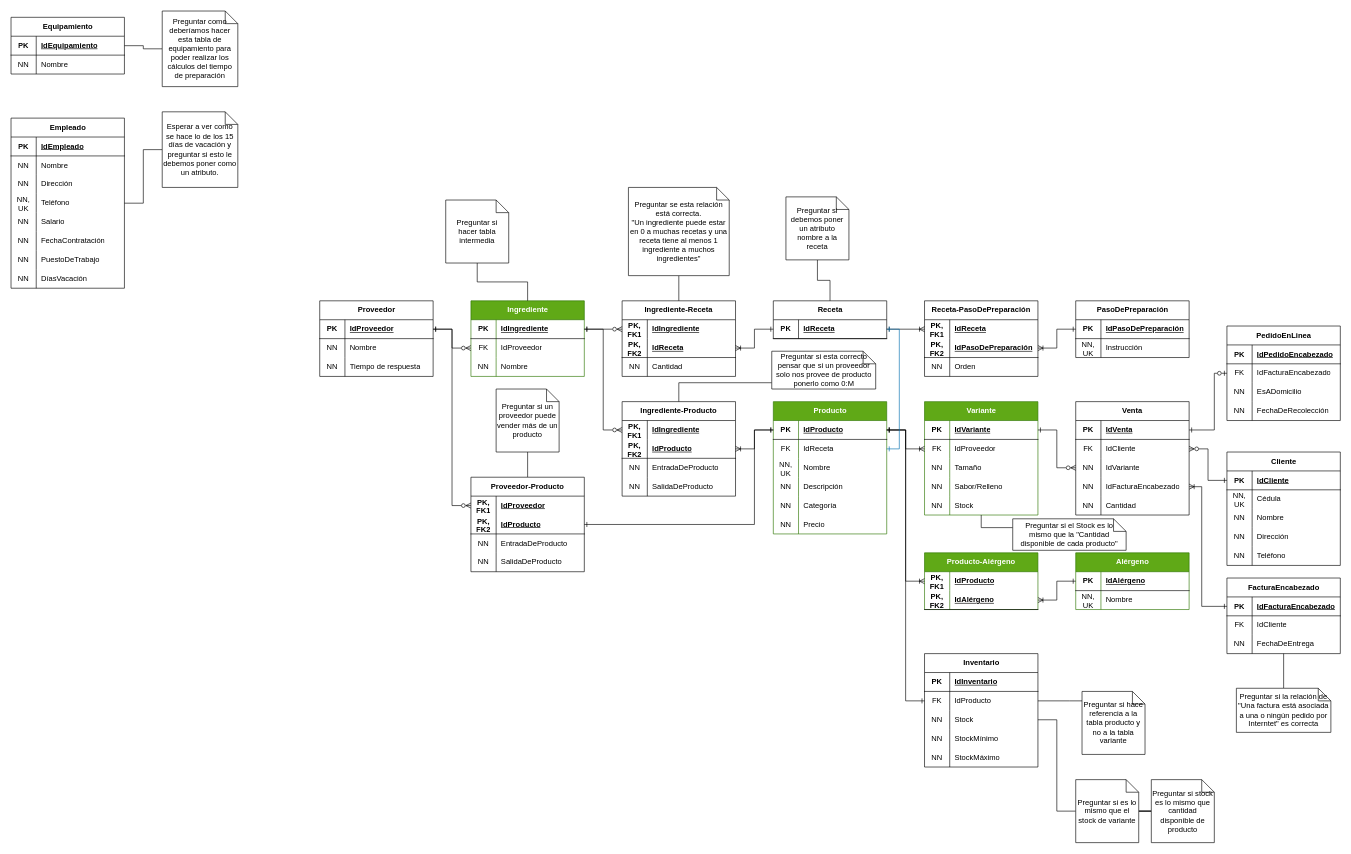
Before: Diagramas Delicias Artesanales.drawio in gfranciscoerazom/ProyectoIntegradorDeliciasArtesanales, a draw.io diagram. Source tidied: cells renumbered, new cells numbered last; positions are measured from the earlier drawing's top-left corner, leaving out a move shared by most shapes. Both pictures are drawn from the tidied source at 63%, with x=0, y=0 at pixel (11, 11).
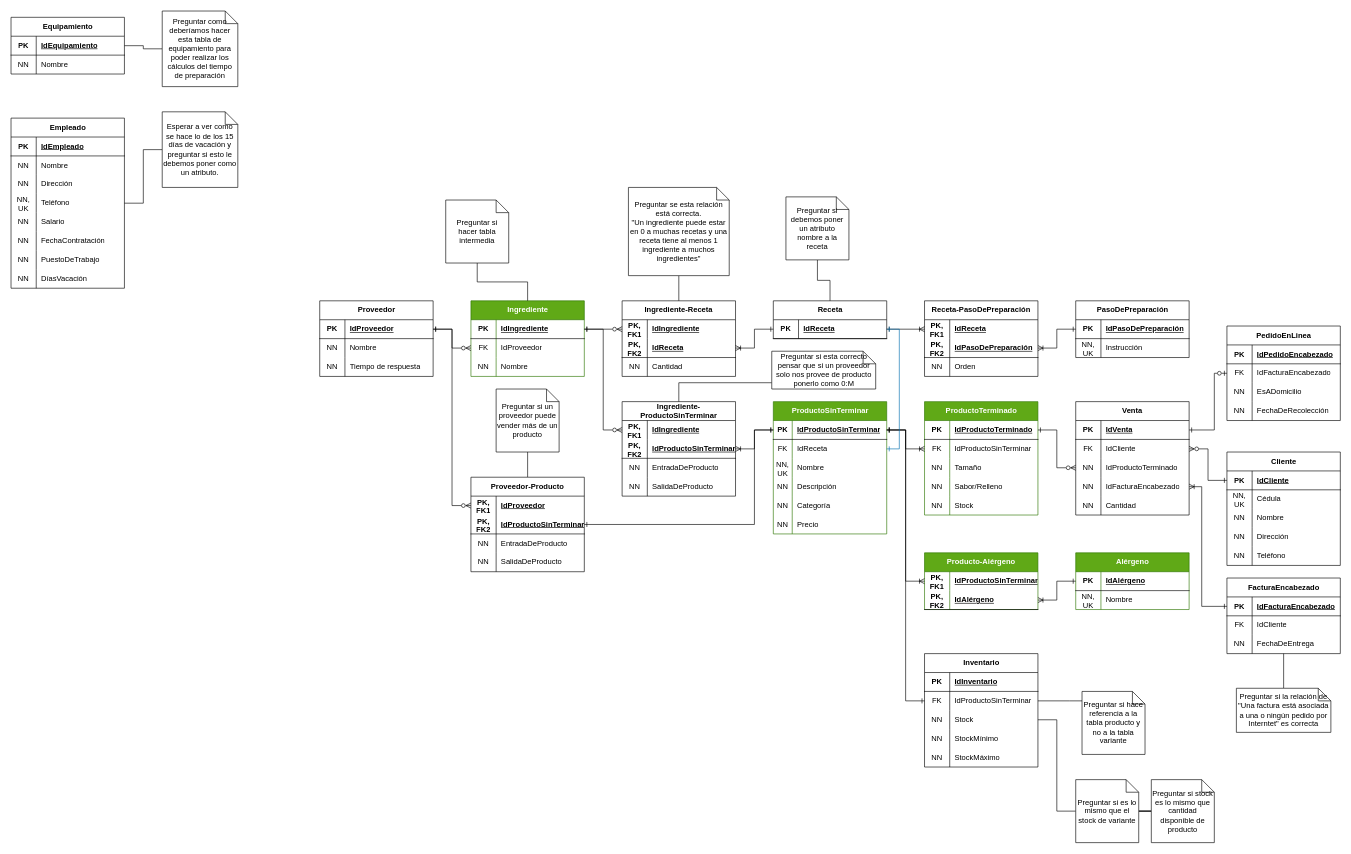
The same page after the edit.

Commit message:
Change Producto to ProductoSinTerminar and Variante to ProductoTerminado

The change refers to these unchanged cells:
```xml
<mxCell id="101" style="shape=tableRow;horizontal=0;startSize=0;swimlaneHead=0;swimlaneBody=0;fillColor=none;points=[[0,0.5],[1,0.5]];portConstraint=eastwest;top=0;left=0;right=0;bottom=1;" parent="100" vertex="1">
  <mxGeometry y="30" width="180" height="30" as="geometry" />
</mxCell>
<mxCell id="104" style="shape=tableRow;horizontal=0;startSize=0;swimlaneHead=0;swimlaneBody=0;fillColor=none;points=[[0,0.5],[1,0.5]];portConstraint=eastwest;top=0;left=0;right=0;bottom=0;" parent="100" vertex="1">
  <mxGeometry y="60" width="180" height="30" as="geometry" />
</mxCell>
<mxCell id="107" style="shape=tableRow;horizontal=0;startSize=0;swimlaneHead=0;swimlaneBody=0;fillColor=none;top=0;left=0;right=0;bottom=0;" parent="100" vertex="1">
  <mxGeometry y="90" width="180" height="30" as="geometry" />
</mxCell>
<mxCell id="110" style="shape=tableRow;horizontal=0;startSize=0;swimlaneHead=0;swimlaneBody=0;fillColor=none;top=0;left=0;right=0;bottom=0;" parent="100" vertex="1">
  <mxGeometry y="120" width="180" height="30" as="geometry" />
</mxCell>
<mxCell id="113" style="shape=tableRow;horizontal=0;startSize=0;swimlaneHead=0;swimlaneBody=0;fillColor=none;top=0;left=0;right=0;bottom=0;" parent="100" vertex="1">
  <mxGeometry y="150" width="180" height="30" as="geometry" />
</mxCell>
<mxCell id="116" style="shape=tableRow;horizontal=0;startSize=0;swimlaneHead=0;swimlaneBody=0;fillColor=none;top=0;left=0;right=0;bottom=0;" parent="100" vertex="1">
  <mxGeometry y="180" width="180" height="30" as="geometry" />
</mxCell>
<mxCell id="123" style="shape=tableRow;horizontal=0;startSize=0;swimlaneHead=0;swimlaneBody=0;fillColor=none;points=[[0,0.5],[1,0.5]];portConstraint=eastwest;top=0;left=0;right=0;bottom=1;html=1;" parent="119" vertex="1">
  <mxGeometry y="60" width="180" height="30" as="geometry" />
</mxCell>
<mxCell id="135" style="shape=tableRow;horizontal=0;startSize=0;swimlaneHead=0;swimlaneBody=0;fillColor=none;points=[[0,0.5],[1,0.5]];portConstraint=eastwest;top=0;left=0;right=0;bottom=1;" parent="134" vertex="1">
  <mxGeometry y="30" width="180" height="30" as="geometry" />
</mxCell>
<mxCell id="138" style="shape=tableRow;horizontal=0;startSize=0;swimlaneHead=0;swimlaneBody=0;fillColor=none;points=[[0,0.5],[1,0.5]];portConstraint=eastwest;top=0;left=0;right=0;bottom=0;" parent="134" vertex="1">
  <mxGeometry y="60" width="180" height="30" as="geometry" />
</mxCell>
<mxCell id="147" style="shape=tableRow;horizontal=0;startSize=0;swimlaneHead=0;swimlaneBody=0;fillColor=none;points=[[0,0.5],[1,0.5]];portConstraint=eastwest;top=0;left=0;right=0;bottom=0;" parent="134" vertex="1">
  <mxGeometry y="150" width="180" height="30" as="geometry" />
</mxCell>
<mxCell id="152" style="shape=tableRow;horizontal=0;startSize=0;swimlaneHead=0;swimlaneBody=0;fillColor=none;points=[[0,0.5],[1,0.5]];portConstraint=eastwest;top=0;left=0;right=0;bottom=0;html=1;" parent="151" vertex="1">
  <mxGeometry y="30" width="180" height="30" as="geometry" />
</mxCell>
<mxCell id="173" style="shape=tableRow;horizontal=0;startSize=0;swimlaneHead=0;swimlaneBody=0;fillColor=none;points=[[0,0.5],[1,0.5]];portConstraint=eastwest;top=0;left=0;right=0;bottom=0;" parent="169" vertex="1">
  <mxGeometry y="60" width="180" height="30" as="geometry" />
</mxCell>
<mxCell id="198" style="shape=tableRow;horizontal=0;startSize=0;swimlaneHead=0;swimlaneBody=0;fillColor=none;points=[[0,0.5],[1,0.5]];portConstraint=eastwest;top=0;left=0;right=0;bottom=1;html=1;" parent="194" vertex="1">
  <mxGeometry y="60" width="180" height="30" as="geometry" />
</mxCell>
<mxCell id="247" style="shape=tableRow;horizontal=0;startSize=0;swimlaneHead=0;swimlaneBody=0;fillColor=none;points=[[0,0.5],[1,0.5]];portConstraint=eastwest;top=0;left=0;right=0;bottom=0;html=1;" parent="240" vertex="1">
  <mxGeometry y="90" width="180" height="30" as="geometry" />
</mxCell>
```

What changed in the source:
```diff
@@
-    <mxCell id="100" value="Producto" style="shape=table;startSize=30;childLayout=tableLayout;rowLines=0;fontStyle=1;align=center;html=1;fillColor=#60a917;fontColor=#ffffff;strokeColor=#2D7600;" parent="1" vertex="1">
+    <mxCell id="100" value="ProductoSinTerminar" style="shape=table;startSize=30;childLayout=tableLayout;rowLines=0;fontStyle=1;align=center;html=1;fillColor=#60a917;fontColor=#ffffff;strokeColor=#2D7600;" parent="1" vertex="1">
       <mxGeometry x="1210" y="620" width="180" height="210" as="geometry" />
     </mxCell>
@@
     <mxCell id="102" value="PK" style="shape=partialRectangle;fillColor=none;top=0;left=0;bottom=0;right=0;fontStyle=1;overflow=hidden;whiteSpace=wrap;html=1;" parent="101" vertex="1">
-      <mxGeometry width="40" height="30" as="geometry" />
+      <mxGeometry width="30" height="30" as="geometry" />
     </mxCell>
-    <mxCell id="103" value="IdProducto" style="shape=partialRectangle;fillColor=none;top=0;left=0;bottom=0;right=0;align=left;spacingLeft=6;fontStyle=5;overflow=hidden;whiteSpace=wrap;html=1;" parent="101" vertex="1">
-      <mxGeometry x="40" width="140" height="30" as="geometry" />
+    <mxCell id="103" value="IdProductoSinTerminar" style="shape=partialRectangle;fillColor=none;top=0;left=0;bottom=0;right=0;align=left;spacingLeft=6;fontStyle=5;overflow=hidden;whiteSpace=wrap;html=1;" parent="101" vertex="1">
+      <mxGeometry x="30" width="150" height="30" as="geometry" />
     </mxCell>
@@
     <mxCell id="105" value="FK" style="shape=partialRectangle;fillColor=none;top=0;left=0;bottom=0;right=0;overflow=hidden;whiteSpace=wrap;html=1;" parent="104" vertex="1">
-      <mxGeometry width="40" height="30" as="geometry" />
+      <mxGeometry width="30" height="30" as="geometry" />
     </mxCell>
     <mxCell id="106" value="IdReceta" style="shape=partialRectangle;fillColor=none;top=0;left=0;bottom=0;right=0;align=left;spacingLeft=6;overflow=hidden;whiteSpace=wrap;html=1;" parent="104" vertex="1">
-      <mxGeometry x="40" width="140" height="30" as="geometry" />
+      <mxGeometry x="30" width="150" height="30" as="geometry" />
     </mxCell>
@@
     <mxCell id="108" value="NN,&lt;br&gt;UK" style="shape=partialRectangle;fillColor=none;top=0;left=0;bottom=0;right=0;overflow=hidden;whiteSpace=wrap;html=1;" parent="107" vertex="1">
-      <mxGeometry width="40" height="30" as="geometry" />
+      <mxGeometry width="30" height="30" as="geometry" />
     </mxCell>
     <mxCell id="109" value="Nombre" style="shape=partialRectangle;fillColor=none;top=0;left=0;bottom=0;right=0;align=left;spacingLeft=6;overflow=hidden;whiteSpace=wrap;html=1;" parent="107" vertex="1">
-      <mxGeometry x="40" width="140" height="30" as="geometry" />
+      <mxGeometry x="30" width="150" height="30" as="geometry" />
     </mxCell>
@@
     <mxCell id="111" value="NN" style="shape=partialRectangle;fillColor=none;top=0;left=0;bottom=0;right=0;overflow=hidden;whiteSpace=wrap;html=1;" parent="110" vertex="1">
-      <mxGeometry width="40" height="30" as="geometry" />
+      <mxGeometry width="30" height="30" as="geometry" />
     </mxCell>
     <mxCell id="112" value="Descripción" style="shape=partialRectangle;fillColor=none;top=0;left=0;bottom=0;right=0;align=left;spacingLeft=6;overflow=hidden;whiteSpace=wrap;html=1;" parent="110" vertex="1">
-      <mxGeometry x="40" width="140" height="30" as="geometry" />
+      <mxGeometry x="30" width="150" height="30" as="geometry" />
     </mxCell>
@@
     <mxCell id="114" value="NN" style="shape=partialRectangle;fillColor=none;top=0;left=0;bottom=0;right=0;overflow=hidden;whiteSpace=wrap;html=1;" parent="113" vertex="1">
-      <mxGeometry width="40" height="30" as="geometry" />
+      <mxGeometry width="30" height="30" as="geometry" />
     </mxCell>
     <mxCell id="115" value="Categoría" style="shape=partialRectangle;fillColor=none;top=0;left=0;bottom=0;right=0;align=left;spacingLeft=6;overflow=hidden;whiteSpace=wrap;html=1;" parent="113" vertex="1">
-      <mxGeometry x="40" width="140" height="30" as="geometry" />
+      <mxGeometry x="30" width="150" height="30" as="geometry" />
     </mxCell>
@@
     <mxCell id="117" value="NN" style="shape=partialRectangle;fillColor=none;top=0;left=0;bottom=0;right=0;overflow=hidden;whiteSpace=wrap;html=1;" parent="116" vertex="1">
-      <mxGeometry width="40" height="30" as="geometry" />
+      <mxGeometry width="30" height="30" as="geometry" />
     </mxCell>
     <mxCell id="118" value="Precio" style="shape=partialRectangle;fillColor=none;top=0;left=0;bottom=0;right=0;align=left;spacingLeft=6;overflow=hidden;whiteSpace=wrap;html=1;" parent="116" vertex="1">
-      <mxGeometry x="40" width="140" height="30" as="geometry" />
+      <mxGeometry x="30" width="150" height="30" as="geometry" />
     </mxCell>
-    <mxCell id="119" value="Ingrediente-Producto" style="shape=table;startSize=30;childLayout=tableLayout;rowLines=0;fontStyle=1;align=center;html=1;whiteSpace=wrap;" parent="1" vertex="1">
+    <mxCell id="119" value="Ingrediente-ProductoSinTerminar" style="shape=table;startSize=30;childLayout=tableLayout;rowLines=0;fontStyle=1;align=center;html=1;whiteSpace=wrap;" parent="1" vertex="1">
       <mxGeometry x="970" y="620" width="180" height="150" as="geometry" />
     </mxCell>
@@
-    <mxCell id="125" value="IdProducto" style="shape=partialRectangle;fillColor=none;top=0;left=0;bottom=0;right=0;align=left;spacingLeft=6;fontStyle=5;overflow=hidden;html=1;whiteSpace=wrap;" parent="123" vertex="1">
+    <mxCell id="125" value="IdProductoSinTerminar " style="shape=partialRectangle;fillColor=none;top=0;left=0;bottom=0;right=0;align=left;spacingLeft=6;fontStyle=5;overflow=hidden;html=1;whiteSpace=wrap;" parent="123" vertex="1">
       <mxGeometry x="40" width="140" height="30" as="geometry" />
     </mxCell>
@@
-    <mxCell id="134" value="Variante" style="shape=table;startSize=30;childLayout=tableLayout;rowLines=0;fontStyle=1;align=center;html=1;fillColor=#60a917;fontColor=#ffffff;strokeColor=#2D7600;" parent="1" vertex="1">
+    <mxCell id="134" value="ProductoTerminado" style="shape=table;startSize=30;childLayout=tableLayout;rowLines=0;fontStyle=1;align=center;html=1;fillColor=#60a917;fontColor=#ffffff;strokeColor=#2D7600;" parent="1" vertex="1">
       <mxGeometry x="1450" y="620" width="180" height="180" as="geometry" />
     </mxCell>
@@
-    <mxCell id="137" value="IdVariante" style="shape=partialRectangle;fillColor=none;top=0;left=0;bottom=0;right=0;align=left;spacingLeft=6;fontStyle=5;overflow=hidden;whiteSpace=wrap;html=1;" parent="135" vertex="1">
+    <mxCell id="137" value="IdProductoTerminado" style="shape=partialRectangle;fillColor=none;top=0;left=0;bottom=0;right=0;align=left;spacingLeft=6;fontStyle=5;overflow=hidden;whiteSpace=wrap;html=1;" parent="135" vertex="1">
       <mxGeometry x="40" width="140" height="30" as="geometry" />
     </mxCell>
@@
-    <mxCell id="140" value="IdProveedor" style="shape=partialRectangle;fillColor=none;top=0;left=0;bottom=0;right=0;align=left;spacingLeft=6;overflow=hidden;whiteSpace=wrap;html=1;" parent="138" vertex="1">
+    <mxCell id="140" value="IdProductoSinTerminar " style="shape=partialRectangle;fillColor=none;top=0;left=0;bottom=0;right=0;align=left;spacingLeft=6;overflow=hidden;whiteSpace=wrap;html=1;" parent="138" vertex="1">
       <mxGeometry x="40" width="140" height="30" as="geometry" />
     </mxCell>
@@
-    <mxCell id="154" value="IdProducto" style="shape=partialRectangle;fillColor=none;top=0;left=0;bottom=0;right=0;align=left;spacingLeft=6;fontStyle=5;overflow=hidden;html=1;whiteSpace=wrap;" parent="152" vertex="1">
+    <mxCell id="154" value="IdProductoSinTerminar " style="shape=partialRectangle;fillColor=none;top=0;left=0;bottom=0;right=0;align=left;spacingLeft=6;fontStyle=5;overflow=hidden;html=1;whiteSpace=wrap;" parent="152" vertex="1">
       <mxGeometry x="40" width="140" height="30" as="geometry" />
     </mxCell>
@@
-    <mxCell id="167" style="edgeStyle=orthogonalEdgeStyle;rounded=0;jettySize=auto;html=1;endArrow=none;endFill=0;" parent="1" edge="1" source="168" target="147">
-      <mxGeometry relative="1" as="geometry">
-        <Array as="points">
-          <mxPoint x="1540" y="820" />
-        </Array>
-      </mxGeometry>
-    </mxCell>
-    <mxCell id="168" value="Preguntar si el Stock es lo mismo que la &quot;Cantidad disponible de cada producto&quot;" style="shape=note;size=20;whiteSpace=wrap;html=1;" parent="1" vertex="1">
-      <mxGeometry x="1590" y="806" width="180" height="50" as="geometry" />
-    </mxCell>
@@
-    <mxCell id="175" value="IdProducto" style="shape=partialRectangle;fillColor=none;top=0;left=0;bottom=0;right=0;align=left;spacingLeft=6;overflow=hidden;whiteSpace=wrap;html=1;" parent="173" vertex="1">
+    <mxCell id="175" value="IdProductoSinTerminar " style="shape=partialRectangle;fillColor=none;top=0;left=0;bottom=0;right=0;align=left;spacingLeft=6;overflow=hidden;whiteSpace=wrap;html=1;" parent="173" vertex="1">
       <mxGeometry x="40" width="140" height="30" as="geometry" />
     </mxCell>
@@
-    <mxCell id="200" value="IdProducto" style="shape=partialRectangle;fillColor=none;top=0;left=0;bottom=0;right=0;align=left;spacingLeft=6;fontStyle=5;overflow=hidden;html=1;whiteSpace=wrap;" parent="198" vertex="1">
+    <mxCell id="200" value="IdProductoSinTerminar " style="shape=partialRectangle;fillColor=none;top=0;left=0;bottom=0;right=0;align=left;spacingLeft=6;fontStyle=5;overflow=hidden;html=1;whiteSpace=wrap;" parent="198" vertex="1">
       <mxGeometry x="40" width="140" height="30" as="geometry" />
     </mxCell>
@@
-    <mxCell id="249" value="IdVariante" style="shape=partialRectangle;fillColor=none;top=0;left=0;bottom=0;right=0;align=left;spacingLeft=6;overflow=hidden;html=1;whiteSpace=wrap;" parent="247" vertex="1">
+    <mxCell id="249" value="IdProductoTerminado" style="shape=partialRectangle;fillColor=none;top=0;left=0;bottom=0;right=0;align=left;spacingLeft=6;overflow=hidden;html=1;whiteSpace=wrap;" parent="247" vertex="1">
       <mxGeometry x="40" width="140" height="30" as="geometry" />
     </mxCell>
```
